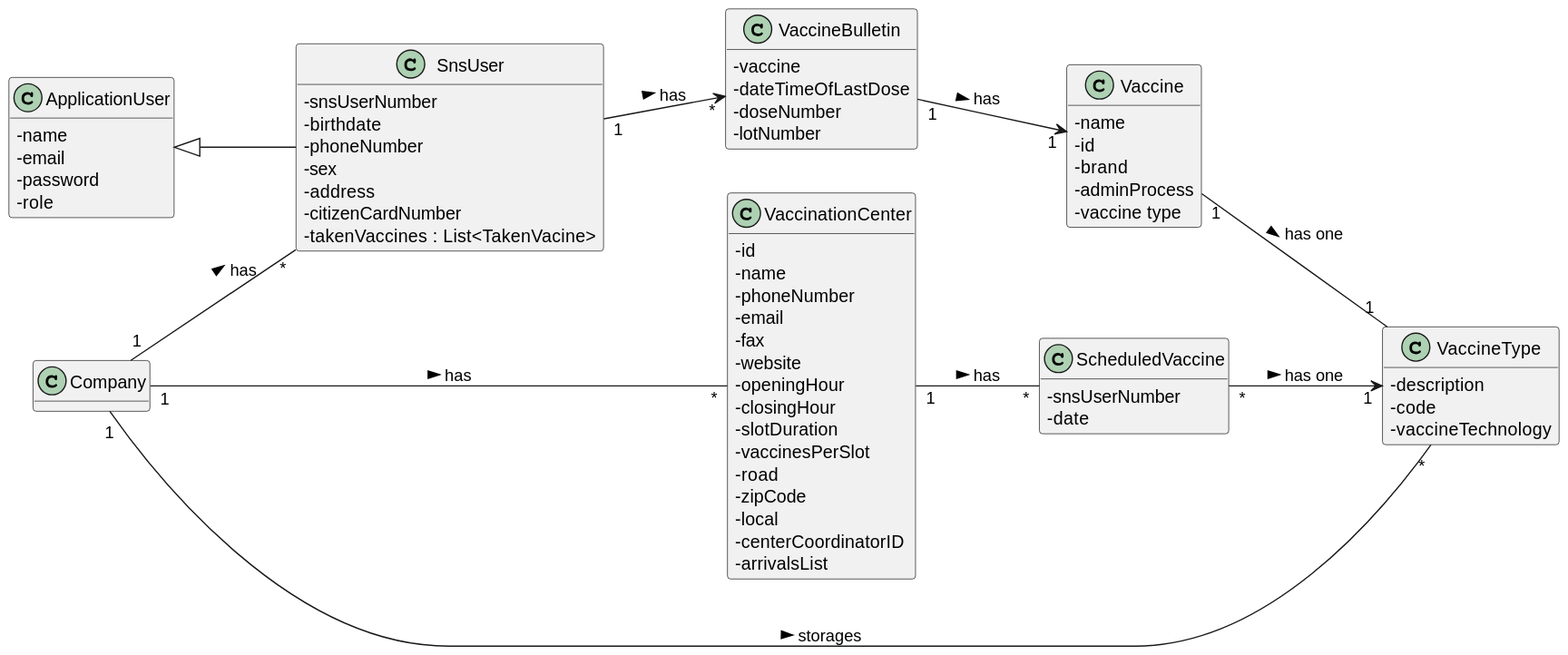
The PlantUML diagram docs/SprintD/US008/US008_MD.svg in Pirussa/lei-22-s2-1da-g02, before a commit.
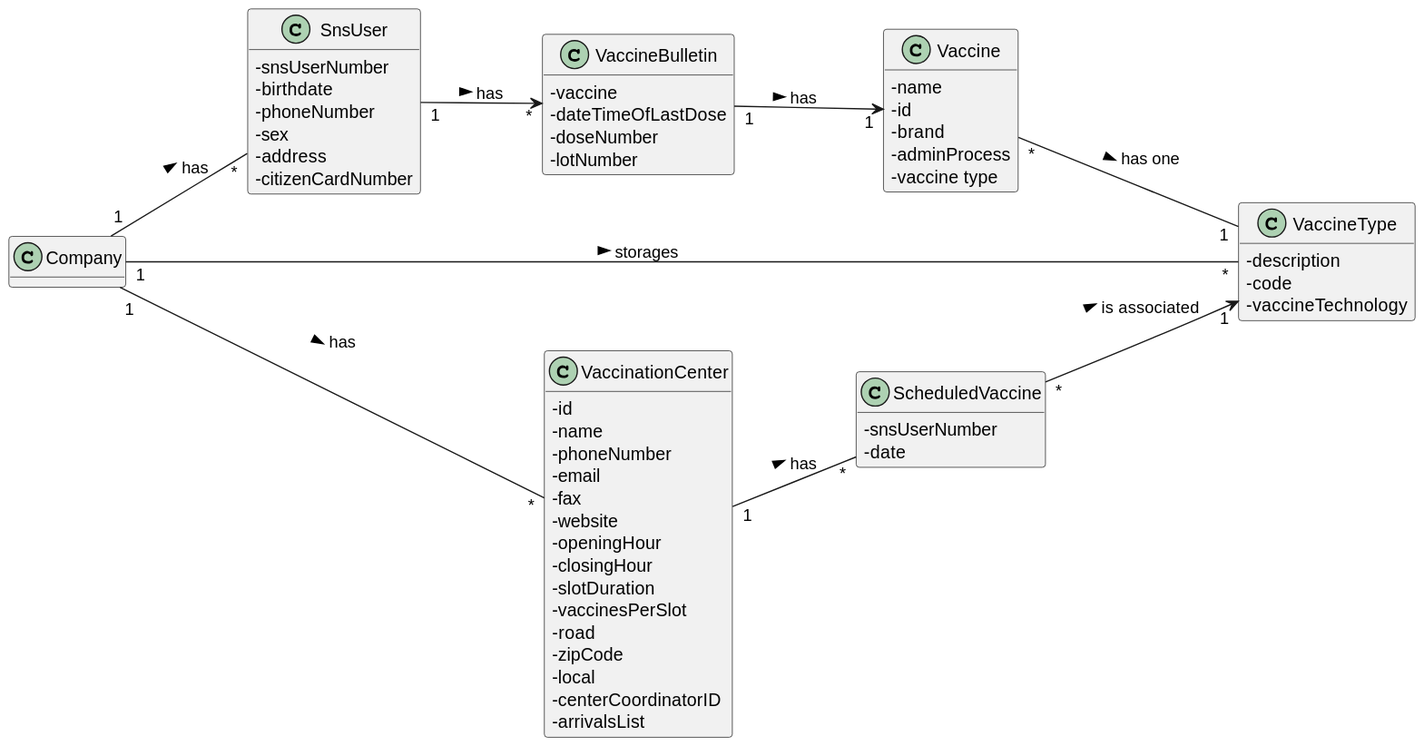
After the change.

Diff of the diagram source:
```diff
@@ -12,7 +12,6 @@
 -sex
 -address
 -citizenCardNumber
--takenVaccines : List<TakenVacine>
 }
 
 class VaccineBulletin {
@@ -34,13 +33,6 @@
 -brand
 -adminProcess
 -vaccine type
-}
-
-class ApplicationUser {
--name
--email
--password
--role
 }
 
 class ScheduledVaccine {
@@ -70,9 +62,7 @@
 
 VaccineBulletin "1" --> "1" Vaccine: has >
 
-ApplicationUser  <|-- SnsUser
-
-ScheduledVaccine "*" --> "1" VaccineType: has one  >
+ScheduledVaccine "*" --> "1" VaccineType: is associated  >
 
 Company "1" -- "*" SnsUser : has >
 
@@ -82,7 +72,7 @@
 
 VaccinationCenter "1" -- "*" ScheduledVaccine : has >
 
-Vaccine "1" -- "1" VaccineType : has one >
+Vaccine "*" -- "1" VaccineType : has one >
 
 
 @enduml
```
